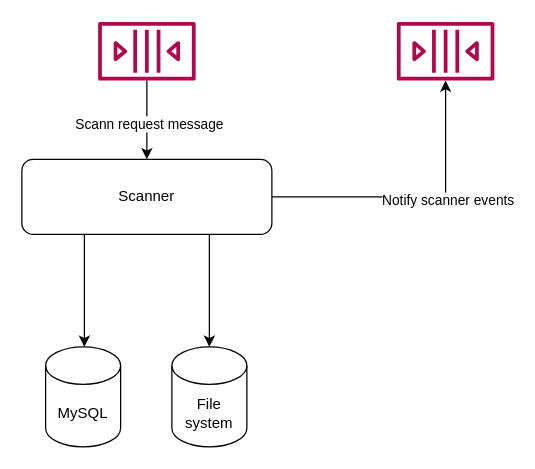
Before: services/scanner/docs/Scanner arch.drawio in giobyte8/galleries, a draw.io diagram. Source tidied: cells renumbered, new cells numbered last; positions are measured from the earlier drawing's top-left corner, leaving out a move shared by most shapes. Both pictures are drawn from the tidied source at 125%, with x=0, y=0 at pixel (21, 21).
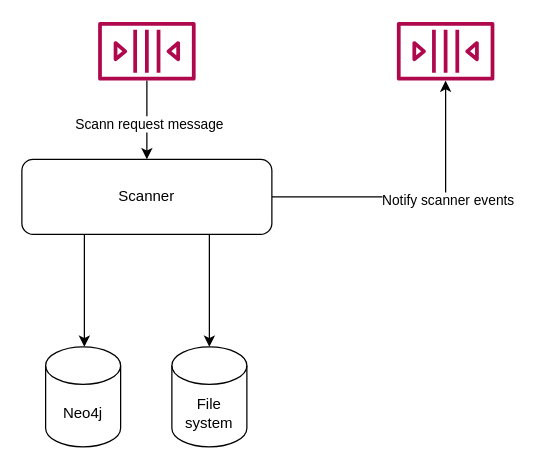
After the change.

What changed in the source:
```diff
@@
 <mxGraphModel>
   <root>
     <mxCell id="0" />
     <mxCell id="1" parent="0" />
     <mxCell id="2" style="edgeStyle=orthogonalEdgeStyle;rounded=0;jettySize=auto;html=1;" parent="1" edge="1" source="6" target="7">
       <mxGeometry relative="1" as="geometry">
         <Array as="points">
           <mxPoint x="50" y="240" />
           <mxPoint x="50" y="240" />
         </Array>
       </mxGeometry>
     </mxCell>
     <mxCell id="3" style="edgeStyle=orthogonalEdgeStyle;rounded=0;jettySize=auto;html=1;" parent="1" edge="1" source="6" target="11">
       <mxGeometry relative="1" as="geometry">
         <Array as="points">
           <mxPoint x="150" y="190" />
           <mxPoint x="150" y="190" />
         </Array>
       </mxGeometry>
     </mxCell>
     <mxCell id="4" style="edgeStyle=orthogonalEdgeStyle;rounded=0;jettySize=auto;html=1;" parent="1" edge="1" source="6" target="12">
       <mxGeometry relative="1" as="geometry" />
     </mxCell>
     <mxCell id="5" value="Notify scanner events" style="edgeLabel;html=1;align=center;verticalAlign=middle;" parent="4" vertex="1">
       <mxGeometry x="0.2" y="-2" relative="1" as="geometry">
         <mxPoint x="-1" y="2" as="offset" />
       </mxGeometry>
     </mxCell>
     <mxCell id="6" value="Scanner" style="rounded=1;whiteSpace=wrap;html=1;" parent="1" vertex="1">
       <mxGeometry y="110" width="200" height="60" as="geometry" />
     </mxCell>
-    <mxCell id="7" value="MySQL" style="shape=cylinder3;whiteSpace=wrap;html=1;boundedLbl=1;backgroundOutline=1;size=15;" parent="1" vertex="1">
+    <mxCell id="7" value="Neo4j" style="shape=cylinder3;whiteSpace=wrap;html=1;boundedLbl=1;backgroundOutline=1;size=15;" parent="1" vertex="1">
       <mxGeometry x="19" y="260" width="60" height="80" as="geometry" />
     </mxCell>
     <mxCell id="8" style="edgeStyle=orthogonalEdgeStyle;rounded=0;jettySize=auto;html=1;" parent="1" edge="1" source="10" target="6">
       <mxGeometry relative="1" as="geometry" />
     </mxCell>
     <mxCell id="9" value="Scann request message" style="edgeLabel;html=1;align=center;verticalAlign=middle;" parent="8" vertex="1">
       <mxGeometry x="0.11" y="1" relative="1" as="geometry" />
     </mxCell>
     <mxCell id="10" style="sketch=0;outlineConnect=0;fontColor=#232F3E;gradientColor=none;fillColor=#B0084D;strokeColor=none;dashed=0;verticalLabelPosition=bottom;verticalAlign=top;align=center;html=1;fontSize=12;fontStyle=0;shape=mxgraph.aws4.queue;" parent="1" vertex="1">
       <mxGeometry x="61" width="78" height="47" as="geometry" />
     </mxCell>
     <mxCell id="11" value="File system" style="shape=cylinder3;whiteSpace=wrap;html=1;boundedLbl=1;backgroundOutline=1;size=15;" parent="1" vertex="1">
       <mxGeometry x="120" y="260" width="60" height="80" as="geometry" />
     </mxCell>
     <mxCell id="12" style="sketch=0;outlineConnect=0;fontColor=#232F3E;gradientColor=none;fillColor=#B0084D;strokeColor=none;dashed=0;verticalLabelPosition=bottom;verticalAlign=top;align=center;html=1;fontSize=12;fontStyle=0;shape=mxgraph.aws4.queue;" parent="1" vertex="1">
       <mxGeometry x="300" width="78" height="47" as="geometry" />
     </mxCell>
   </root>
 </mxGraphModel>
```
